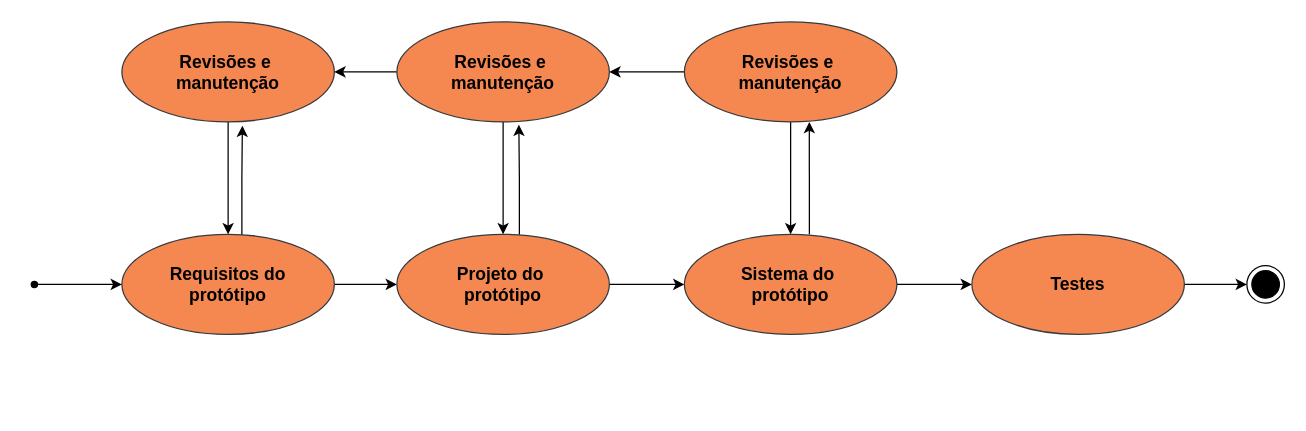
Earlier version of the draw.io diagram page "Subfluxo portotipacao" (2 of 2) of Processo com modelos unificados.drawio (helloisasilva/Processo-de-engenharia-de-software-com-modelos-unificados-). Source tidied: cells renumbered, new cells numbered last; positions are measured from the earlier drawing's top-left corner, leaving out a move shared by most shapes. Both pictures are drawn from the tidied source at 125%, with x=0, y=0 at pixel (21, 21).
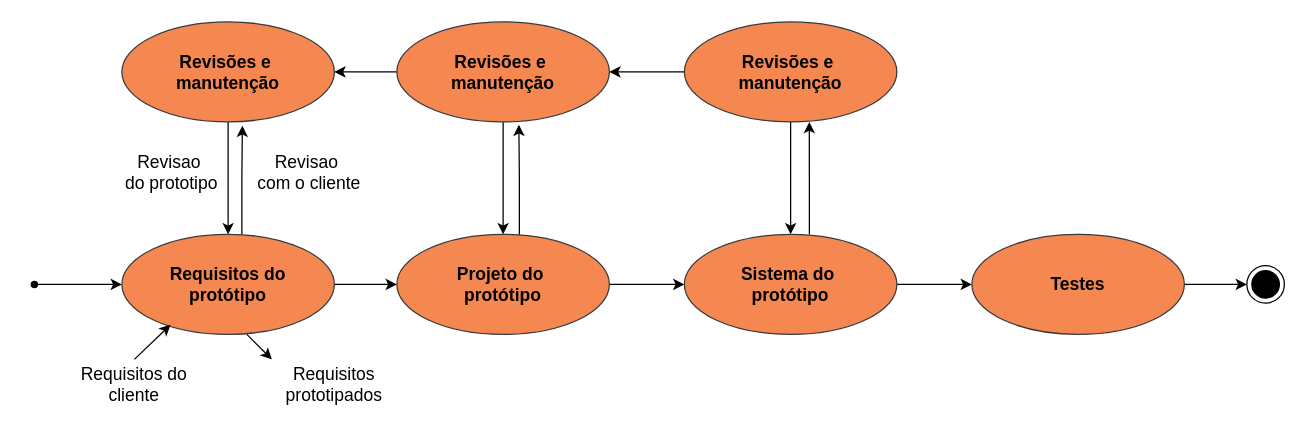
Above is the later version.

The change refers to these unchanged cells:
```xml
<mxCell id="3" value="&lt;b&gt;&lt;font style=&quot;font-size: 14px;&quot;&gt;Requisitos do&lt;/font&gt;&lt;/b&gt;&lt;div&gt;&lt;b&gt;&lt;font style=&quot;font-size: 14px;&quot;&gt;protótipo&lt;/font&gt;&lt;/b&gt;&lt;/div&gt;" style="ellipse;whiteSpace=wrap;html=1;fillColor=#F58851;strokeColor=#36393d;shadow=0;" parent="1" vertex="1">
  <mxGeometry x="80" y="170" width="170" height="80" as="geometry" />
</mxCell>
```

What changed in the source:
```diff
@@
+    <mxCell id="24" value="&lt;font style=&quot;font-size: 14px;&quot; color=&quot;#000000&quot;&gt;Revisao&amp;nbsp;&lt;/font&gt;&lt;div&gt;&lt;font style=&quot;font-size: 14px;&quot; color=&quot;#000000&quot;&gt;com o cliente&lt;/font&gt;&lt;/div&gt;" style="text;html=1;align=center;verticalAlign=middle;whiteSpace=wrap;rounded=0;fontFamily=Helvetica;fontSize=12;fontColor=#ffffff;" parent="1" vertex="1">
+      <mxGeometry x="180" y="100" width="100" height="40" as="geometry" />
+    </mxCell>
+    <mxCell id="25" value="&lt;font style=&quot;font-size: 14px;&quot; color=&quot;#000000&quot;&gt;Revisao&amp;nbsp;&lt;/font&gt;&lt;div&gt;&lt;font style=&quot;font-size: 14px;&quot; color=&quot;#000000&quot;&gt;do prototipo&lt;/font&gt;&lt;/div&gt;" style="text;html=1;align=center;verticalAlign=middle;whiteSpace=wrap;rounded=0;fontFamily=Helvetica;fontSize=12;fontColor=#ffffff;" parent="1" vertex="1">
+      <mxGeometry x="70" y="100" width="100" height="40" as="geometry" />
+    </mxCell>
+    <mxCell id="26" value="&lt;font color=&quot;#000000&quot;&gt;&lt;span style=&quot;font-size: 14px;&quot;&gt;Requisitos do cliente&lt;/span&gt;&lt;/font&gt;" style="text;html=1;align=center;verticalAlign=middle;whiteSpace=wrap;rounded=0;fontFamily=Helvetica;fontSize=12;fontColor=#ffffff;" parent="1" vertex="1">
+      <mxGeometry x="40" y="270" width="100" height="40" as="geometry" />
+    </mxCell>
+    <mxCell id="27" value="&lt;font color=&quot;#000000&quot;&gt;&lt;span style=&quot;font-size: 14px;&quot;&gt;Requisitos prototipados&lt;/span&gt;&lt;/font&gt;" style="text;html=1;align=center;verticalAlign=middle;whiteSpace=wrap;rounded=0;fontFamily=Helvetica;fontSize=12;fontColor=#ffffff;" parent="1" vertex="1">
+      <mxGeometry x="200" y="270" width="100" height="40" as="geometry" />
+    </mxCell>
+    <mxCell id="28" style="endArrow=classic;html=1;rounded=0;fontFamily=Helvetica;fontSize=12;fontColor=#ffffff;entryX=0;entryY=0;entryDx=0;entryDy=0;exitX=0.588;exitY=1;exitDx=0;exitDy=0;exitPerimeter=0;" parent="1" edge="1" source="3" target="27">
+      <mxGeometry relative="1" as="geometry" />
+    </mxCell>
+    <mxCell id="29" style="endArrow=classic;html=1;rounded=0;fontFamily=Helvetica;fontSize=12;fontColor=#ffffff;entryX=0.229;entryY=0.903;entryDx=0;entryDy=0;entryPerimeter=0;exitX=0.5;exitY=0;exitDx=0;exitDy=0;" parent="1" edge="1" source="26" target="3">
+      <mxGeometry relative="1" as="geometry" />
+    </mxCell>
```
